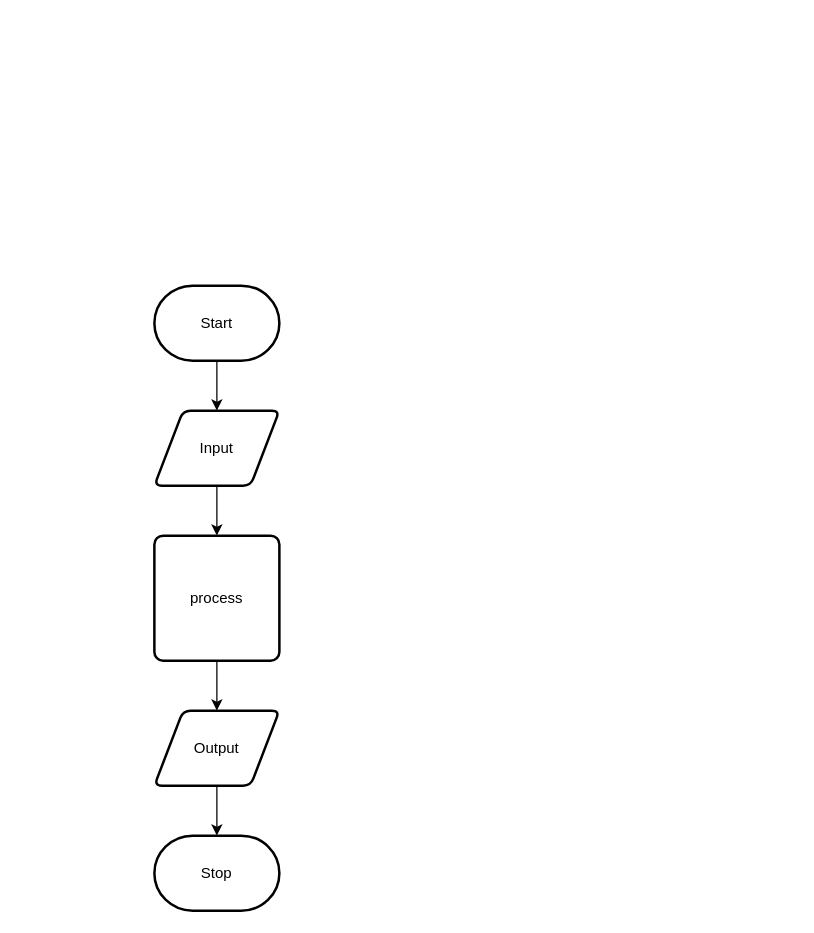
This is design/flow-chart.drawio from Lucas-Tyman/ICS20-Unit5-04-HTML, a draw.io file, before an edit. Source tidied: cells renumbered, new cells numbered last; positions are measured from the earlier drawing's top-left corner, leaving out a move shared by most shapes. Both pictures are drawn from the tidied source at 125%, with x=0, y=0 at pixel (154, 285).
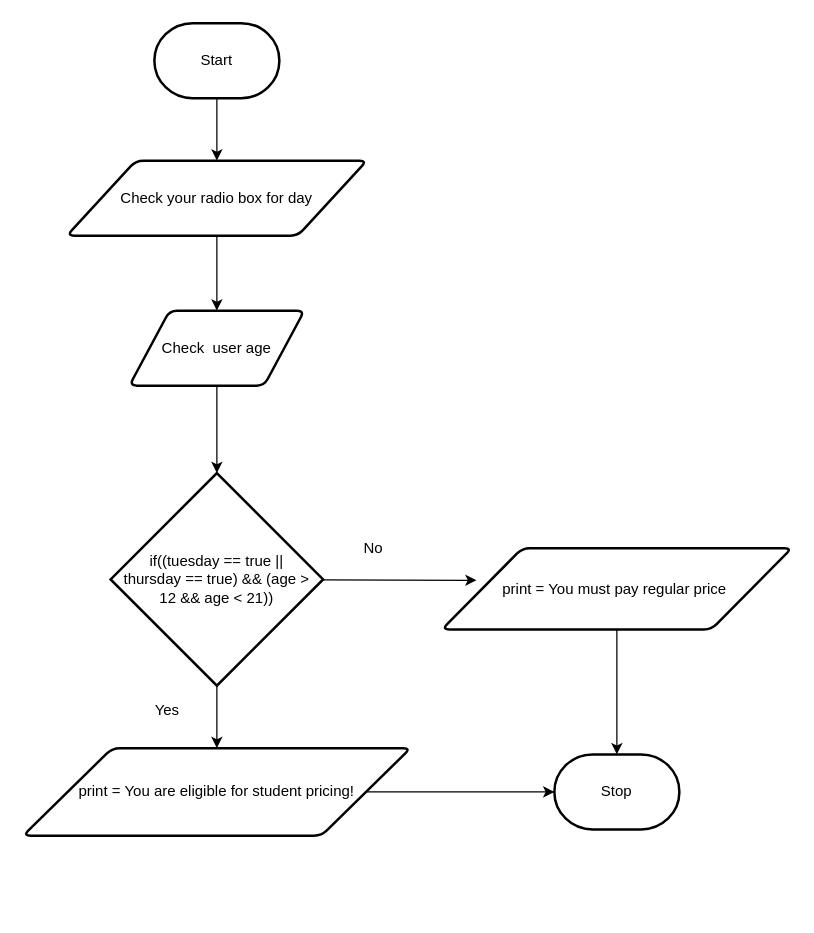
The same page after the edit.

What changed in the source:
```diff
@@
 <mxGraphModel>
   <root>
     <mxCell id="0" />
     <mxCell id="1" parent="0" />
     <mxCell id="2" style="edgeStyle=none;html=1;" parent="1" edge="1" source="3" target="5">
       <mxGeometry relative="1" as="geometry" />
     </mxCell>
     <mxCell id="3" value="Start" style="strokeWidth=2;html=1;shape=mxgraph.flowchart.terminator;whiteSpace=wrap;" parent="1" vertex="1">
-      <mxGeometry width="100" height="60" as="geometry" />
+      <mxGeometry y="-210" width="100" height="60" as="geometry" />
     </mxCell>
-    <mxCell id="4" style="edgeStyle=none;html=1;" parent="1" edge="1" source="5" target="7">
-      <mxGeometry relative="1" as="geometry" />
-    </mxCell>
+    <mxCell id="11" style="edgeStyle=none;html=1;entryX=0.5;entryY=0;entryDx=0;entryDy=0;" parent="1" edge="1" source="5" target="13">
+      <mxGeometry relative="1" as="geometry" />
+    </mxCell>
-    <mxCell id="5" value="Input" style="shape=parallelogram;html=1;strokeWidth=2;perimeter=parallelogramPerimeter;whiteSpace=wrap;rounded=1;arcSize=12;size=0.23;" parent="1" vertex="1">
-      <mxGeometry y="100" width="100" height="60" as="geometry" />
+    <mxCell id="5" value="Check your radio box for day" style="shape=parallelogram;html=1;strokeWidth=2;perimeter=parallelogramPerimeter;whiteSpace=wrap;rounded=1;arcSize=12;size=0.23;" parent="1" vertex="1">
+      <mxGeometry x="-70" y="-100" width="240" height="60" as="geometry" />
     </mxCell>
-    <mxCell id="6" style="edgeStyle=none;html=1;" parent="1" edge="1" source="7" target="9">
-      <mxGeometry relative="1" as="geometry" />
-    </mxCell>
-    <mxCell id="7" value="process" style="rounded=1;whiteSpace=wrap;html=1;absoluteArcSize=1;arcSize=14;strokeWidth=2;" parent="1" vertex="1">
-      <mxGeometry y="200" width="100" height="100" as="geometry" />
-    </mxCell>
-    <mxCell id="8" style="edgeStyle=none;html=1;" parent="1" edge="1" source="9" target="10">
+    <mxCell id="8" style="edgeStyle=none;html=1;entryX=0;entryY=0.5;entryDx=0;entryDy=0;entryPerimeter=0;" parent="1" edge="1" source="9" target="10">
       <mxGeometry relative="1" as="geometry" />
     </mxCell>
-    <mxCell id="9" value="Output" style="shape=parallelogram;html=1;strokeWidth=2;perimeter=parallelogramPerimeter;whiteSpace=wrap;rounded=1;arcSize=12;size=0.23;" parent="1" vertex="1">
-      <mxGeometry y="340" width="100" height="60" as="geometry" />
+    <mxCell id="9" value="print = You are eligible for student pricing!" style="shape=parallelogram;html=1;strokeWidth=2;perimeter=parallelogramPerimeter;whiteSpace=wrap;rounded=1;arcSize=12;size=0.23;" parent="1" vertex="1">
+      <mxGeometry x="-105" y="370" width="310" height="70" as="geometry" />
     </mxCell>
     <mxCell id="10" value="Stop" style="strokeWidth=2;html=1;shape=mxgraph.flowchart.terminator;whiteSpace=wrap;" parent="1" vertex="1">
-      <mxGeometry y="440" width="100" height="60" as="geometry" />
+      <mxGeometry x="320" y="375" width="100" height="60" as="geometry" />
     </mxCell>
+    <mxCell id="12" style="edgeStyle=none;html=1;entryX=0.5;entryY=0;entryDx=0;entryDy=0;entryPerimeter=0;" parent="1" edge="1" source="13" target="16">
+      <mxGeometry relative="1" as="geometry" />
+    </mxCell>
+    <mxCell id="13" value="Check&amp;nbsp; user age" style="shape=parallelogram;html=1;strokeWidth=2;perimeter=parallelogramPerimeter;whiteSpace=wrap;rounded=1;arcSize=12;size=0.23;" parent="1" vertex="1">
+      <mxGeometry x="-20" y="20" width="140" height="60" as="geometry" />
+    </mxCell>
+    <mxCell id="14" style="edgeStyle=none;html=1;entryX=0.5;entryY=0;entryDx=0;entryDy=0;" parent="1" edge="1" source="16" target="9">
+      <mxGeometry relative="1" as="geometry" />
+    </mxCell>
+    <mxCell id="15" style="edgeStyle=none;html=1;entryX=0.099;entryY=0.396;entryDx=0;entryDy=0;entryPerimeter=0;" parent="1" edge="1" source="16" target="18">
+      <mxGeometry relative="1" as="geometry" />
+    </mxCell>
+    <mxCell id="16" value="if((tuesday == true || &lt;br&gt;thursday == true) &amp;amp;&amp;amp; (age &amp;gt;&lt;br&gt;12 &amp;amp;&amp;amp; age &amp;lt; 21))" style="strokeWidth=2;html=1;shape=mxgraph.flowchart.decision;whiteSpace=wrap;" parent="1" vertex="1">
+      <mxGeometry x="-35" y="150" width="170" height="170" as="geometry" />
+    </mxCell>
+    <mxCell id="17" style="edgeStyle=none;html=1;" parent="1" edge="1" source="18" target="10">
+      <mxGeometry relative="1" as="geometry" />
+    </mxCell>
+    <mxCell id="18" value="print = You must pay regular price&amp;nbsp;" style="shape=parallelogram;html=1;strokeWidth=2;perimeter=parallelogramPerimeter;whiteSpace=wrap;rounded=1;arcSize=12;size=0.23;" parent="1" vertex="1">
+      <mxGeometry x="230" y="210" width="280" height="65" as="geometry" />
+    </mxCell>
+    <mxCell id="19" value="No" style="text;html=1;align=center;verticalAlign=middle;strokeColor=none;fillColor=none;" parent="1" vertex="1">
+      <mxGeometry x="160" y="200" width="30" height="20" as="geometry" />
+    </mxCell>
+    <mxCell id="20" value="Yes" style="text;html=1;align=center;verticalAlign=middle;strokeColor=none;fillColor=none;" parent="1" vertex="1">
+      <mxGeometry x="-10" y="330" width="40" height="20" as="geometry" />
+    </mxCell>
   </root>
 </mxGraphModel>
```
